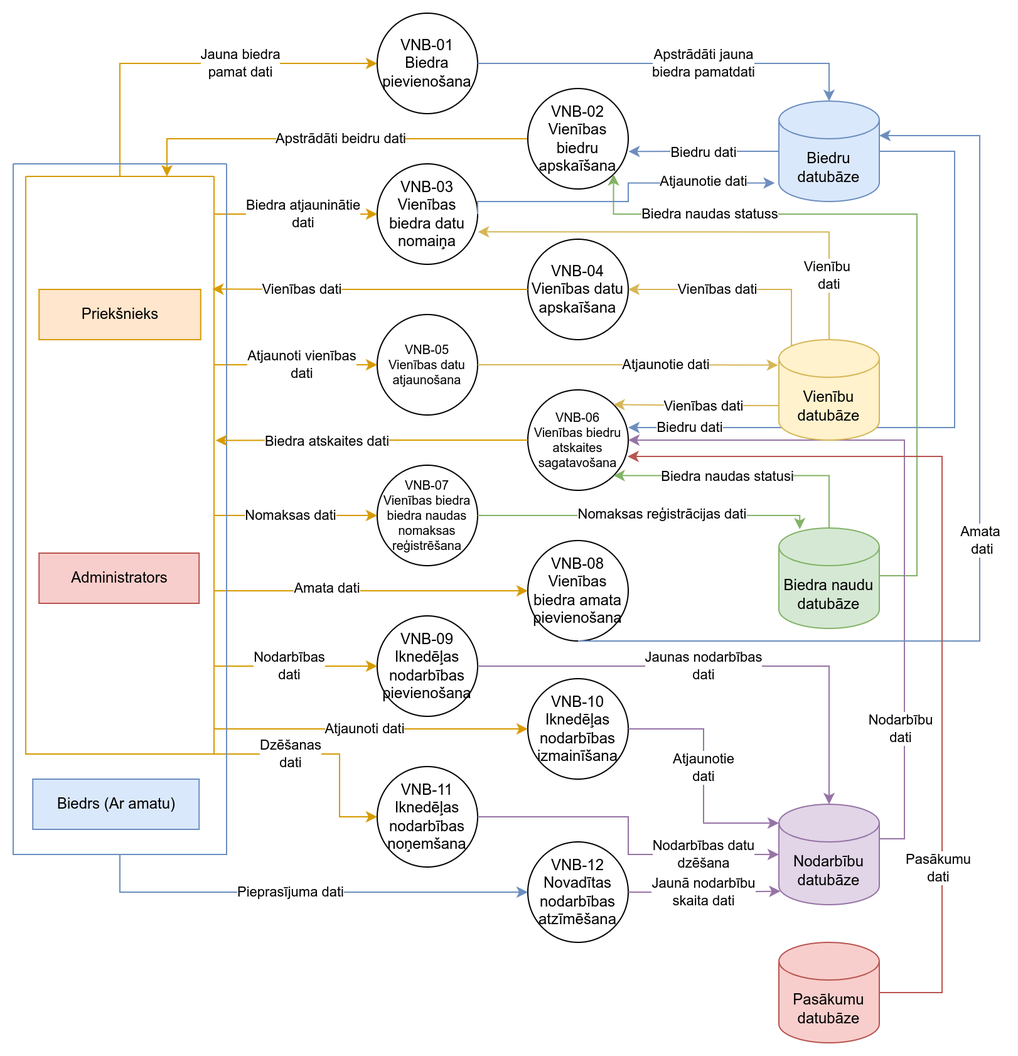
This is Documentation/2_limena_VNB_DPD.png from JekabsVanags/LSGCO_IS, a draw.io export, as it was before one commit. Source tidied: cells renumbered, new cells last; positions are measured from the earlier drawing's top-left corner, leaving out a move shared by most shapes.
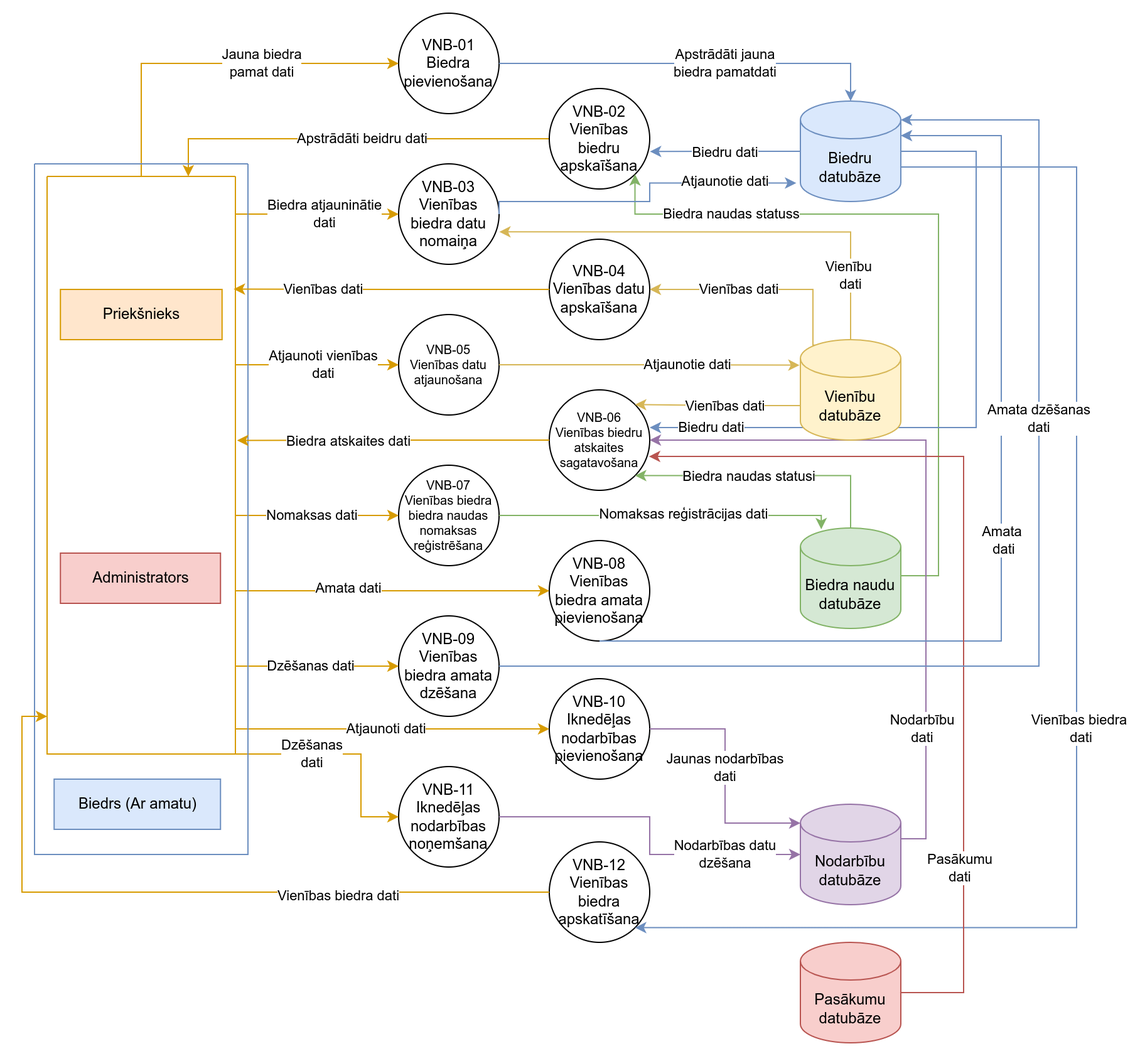
The same diagram one commit later.

Diff of the diagram source:
```diff
@@ -14,7 +14,7 @@
     <mxCell id="5" value="VNB-07&lt;br style=&quot;font-size: 10px;&quot;&gt;Vienības biedra biedra naudas nomaksas reģistrēšana" style="ellipse;whiteSpace=wrap;html=1;fontSize=10;" parent="1" vertex="1">
       <mxGeometry x="290" y="360" width="80" height="80" as="geometry" />
     </mxCell>
-    <mxCell id="6" value="VNB-09&lt;br&gt;Iknedēļas nodarbības pievienošana" style="ellipse;whiteSpace=wrap;html=1;" parent="1" vertex="1">
+    <mxCell id="6" value="VNB-09&lt;br&gt;Vienības biedra amata dzēšana" style="ellipse;whiteSpace=wrap;html=1;" parent="1" vertex="1">
       <mxGeometry x="290" y="480" width="80" height="80" as="geometry" />
     </mxCell>
     <mxCell id="7" value="VNB-11&lt;br&gt;Iknedēļas nodarbības noņemšana" style="ellipse;whiteSpace=wrap;html=1;" parent="1" vertex="1">
@@ -40,12 +40,25 @@
     <mxCell id="13" value="VNB-08&lt;br&gt;Vienības biedra amata pievienošana" style="ellipse;whiteSpace=wrap;html=1;" parent="1" vertex="1">
       <mxGeometry x="410" y="420" width="80" height="80" as="geometry" />
     </mxCell>
-    <mxCell id="14" value="VNB-10&lt;br&gt;Iknedēļas nodarbības izmainīšana" style="ellipse;whiteSpace=wrap;html=1;" parent="1" vertex="1">
+    <mxCell id="14" value="VNB-10&lt;br&gt;Iknedēļas nodarbības pievienošana" style="ellipse;whiteSpace=wrap;html=1;" parent="1" vertex="1">
       <mxGeometry x="410" y="530" width="80" height="80" as="geometry" />
     </mxCell>
-    <mxCell id="15" value="VNB-12&lt;br&gt;Novadītas nodarbības atzīmēšana" style="ellipse;whiteSpace=wrap;html=1;" parent="1" vertex="1">
+    <mxCell id="15" value="VNB-12&lt;br&gt;&lt;span style=&quot;background-color: initial;&quot;&gt;Vienības biedra apskatīšana&lt;/span&gt;" style="ellipse;whiteSpace=wrap;html=1;" parent="1" vertex="1">
       <mxGeometry x="410" y="660" width="80" height="80" as="geometry" />
     </mxCell>
+    <mxCell id="84" style="edgeStyle=orthogonalEdgeStyle;rounded=0;jettySize=auto;html=1;exitX=1;exitY=0;exitDx=0;exitDy=52.5;exitPerimeter=0;entryX=1;entryY=1;entryDx=0;entryDy=0;fillColor=#dae8fc;strokeColor=#6c8ebf;" parent="1" edge="1" source="16" target="15">
+      <mxGeometry relative="1" as="geometry">
+        <Array as="points">
+          <mxPoint x="830" y="122" />
+          <mxPoint x="830" y="728" />
+        </Array>
+      </mxGeometry>
+    </mxCell>
+    <mxCell id="85" value="Vienības biedra&lt;br&gt;&amp;nbsp;dati" style="edgeLabel;html=1;align=center;verticalAlign=middle;" parent="84" vertex="1">
+      <mxGeometry x="-0.63" y="2" relative="1" as="geometry">
+        <mxPoint y="385" as="offset" />
+      </mxGeometry>
+    </mxCell>
     <mxCell id="16" value="Biedru datubāze" style="shape=cylinder3;whiteSpace=wrap;html=1;boundedLbl=1;backgroundOutline=1;size=15;fillColor=#dae8fc;strokeColor=#6c8ebf;fontColor=#000000;" parent="1" vertex="1">
       <mxGeometry x="610" y="70" width="80" height="80" as="geometry" />
     </mxCell>
@@ -153,7 +166,7 @@
         </Array>
       </mxGeometry>
     </mxCell>
-    <mxCell id="36" value="Nodarbības&lt;br&gt;dati" style="edgeLabel;html=1;align=center;verticalAlign=middle;" parent="35" vertex="1">
+    <mxCell id="36" value="Dzēšanas dati" style="edgeLabel;html=1;align=center;verticalAlign=middle;" parent="35" vertex="1">
       <mxGeometry x="-0.12" relative="1" as="geometry">
         <mxPoint x="27" as="offset" />
       </mxGeometry>
@@ -207,14 +220,6 @@
     <mxCell id="45" style="swimlane;startSize=0;fillColor=#ffe6cc;strokeColor=#d79b00;" parent="1" vertex="1">
       <mxGeometry x="10" y="130" width="150" height="460" as="geometry" />
     </mxCell>
-    <mxCell id="46" style="edgeStyle=orthogonalEdgeStyle;rounded=0;jettySize=auto;html=1;exitX=0.5;exitY=1;exitDx=0;exitDy=0;entryX=0;entryY=0.5;entryDx=0;entryDy=0;fillColor=#dae8fc;strokeColor=#6c8ebf;" parent="1" edge="1" source="48" target="15">
-      <mxGeometry relative="1" as="geometry" />
-    </mxCell>
-    <mxCell id="47" value="Pieprasījuma dati" style="edgeLabel;html=1;align=center;verticalAlign=middle;" parent="46" vertex="1">
-      <mxGeometry x="0.12" y="-1" relative="1" as="geometry">
-        <mxPoint x="-34" y="-1" as="offset" />
-      </mxGeometry>
-    </mxCell>
     <mxCell id="48" style="swimlane;startSize=0;fillColor=#dae8fc;strokeColor=#6c8ebf;" parent="1" vertex="1">
       <mxGeometry y="120" width="170" height="550" as="geometry" />
     </mxCell>
@@ -235,14 +240,6 @@
         <mxPoint x="55" as="offset" />
       </mxGeometry>
     </mxCell>
-    <mxCell id="54" style="edgeStyle=orthogonalEdgeStyle;rounded=0;jettySize=auto;html=1;exitX=1;exitY=0.5;exitDx=0;exitDy=0;entryX=0.016;entryY=0.866;entryDx=0;entryDy=0;entryPerimeter=0;fillColor=#e1d5e7;strokeColor=#9673a6;" parent="1" edge="1" source="15" target="28">
-      <mxGeometry relative="1" as="geometry" />
-    </mxCell>
-    <mxCell id="55" value="Jaunā nodarbību&lt;br&gt;skaita dati" style="edgeLabel;html=1;align=center;verticalAlign=middle;" parent="54" vertex="1">
-      <mxGeometry x="-0.52" y="-3" relative="1" as="geometry">
-        <mxPoint x="31" y="-3" as="offset" />
-      </mxGeometry>
-    </mxCell>
     <mxCell id="56" style="edgeStyle=orthogonalEdgeStyle;rounded=0;jettySize=auto;html=1;exitX=1;exitY=0.5;exitDx=0;exitDy=0;entryX=0;entryY=0.5;entryDx=0;entryDy=0;entryPerimeter=0;fillColor=#e1d5e7;strokeColor=#9673a6;" parent="1" edge="1" source="7" target="28">
       <mxGeometry relative="1" as="geometry" />
     </mxCell>
@@ -254,23 +251,11 @@
     <mxCell id="58" style="edgeStyle=orthogonalEdgeStyle;rounded=0;jettySize=auto;html=1;exitX=1;exitY=0.5;exitDx=0;exitDy=0;entryX=0;entryY=0;entryDx=0;entryDy=15;entryPerimeter=0;fillColor=#e1d5e7;strokeColor=#9673a6;" parent="1" edge="1" source="14" target="28">
       <mxGeometry relative="1" as="geometry" />
     </mxCell>
-    <mxCell id="59" value="Atjaunotie&lt;br&gt;dati" style="edgeLabel;html=1;align=center;verticalAlign=middle;" parent="58" vertex="1">
+    <mxCell id="59" value="Jaunas nodarbības&lt;br&gt;dati" style="edgeLabel;html=1;align=center;verticalAlign=middle;" parent="58" vertex="1">
       <mxGeometry x="-0.12" relative="1" as="geometry">
         <mxPoint y="4" as="offset" />
       </mxGeometry>
     </mxCell>
-    <mxCell id="60" style="edgeStyle=orthogonalEdgeStyle;rounded=0;jettySize=auto;html=1;exitX=1;exitY=0.5;exitDx=0;exitDy=0;entryX=0.5;entryY=0;entryDx=0;entryDy=0;entryPerimeter=0;fillColor=#e1d5e7;strokeColor=#9673a6;" parent="1" edge="1" source="6" target="28">
-      <mxGeometry relative="1" as="geometry">
-        <Array as="points">
-          <mxPoint x="650" y="520" />
-        </Array>
-      </mxGeometry>
-    </mxCell>
-    <mxCell id="61" value="Jaunas nodarbības&lt;br&gt;dati" style="edgeLabel;html=1;align=center;verticalAlign=middle;" parent="60" vertex="1">
-      <mxGeometry x="-0.21" relative="1" as="geometry">
-        <mxPoint x="26" as="offset" />
-      </mxGeometry>
-    </mxCell>
     <mxCell id="62" style="edgeStyle=orthogonalEdgeStyle;rounded=0;jettySize=auto;html=1;exitX=0;exitY=0.5;exitDx=0;exitDy=0;exitPerimeter=0;entryX=1.002;entryY=0.627;entryDx=0;entryDy=0;entryPerimeter=0;fillColor=#dae8fc;strokeColor=#6c8ebf;" parent="1" edge="1" source="16" target="10">
       <mxGeometry relative="1" as="geometry" />
     </mxCell>
@@ -377,5 +362,29 @@
         <mxPoint y="18" as="offset" />
       </mxGeometry>
     </mxCell>
+    <mxCell id="86" style="edgeStyle=orthogonalEdgeStyle;rounded=0;jettySize=auto;html=1;exitX=1;exitY=0.5;exitDx=0;exitDy=0;entryX=1;entryY=0;entryDx=0;entryDy=15;entryPerimeter=0;fillColor=#dae8fc;strokeColor=#6c8ebf;" parent="1" edge="1" source="6" target="16">
+      <mxGeometry relative="1" as="geometry">
+        <Array as="points">
+          <mxPoint x="800" y="520" />
+          <mxPoint x="800" y="85" />
+        </Array>
+      </mxGeometry>
+    </mxCell>
+    <mxCell id="87" value="Amata dzēšanas &lt;br&gt;dati" style="edgeLabel;html=1;align=center;verticalAlign=middle;" parent="86" vertex="1">
+      <mxGeometry x="0.29" relative="1" as="geometry" />
+    </mxCell>
+    <mxCell id="88" style="edgeStyle=orthogonalEdgeStyle;rounded=0;jettySize=auto;html=1;exitX=0;exitY=0.5;exitDx=0;exitDy=0;fillColor=#ffe6cc;strokeColor=#d79b00;" parent="1" edge="1" source="15">
+      <mxGeometry relative="1" as="geometry">
+        <mxPoint x="10" y="560" as="targetPoint" />
+        <Array as="points">
+          <mxPoint x="-10" y="700" />
+          <mxPoint x="-10" y="560" />
+          <mxPoint x="10" y="560" />
+        </Array>
+      </mxGeometry>
+    </mxCell>
+    <mxCell id="89" value="Vienības biedra dati" style="edgeLabel;html=1;align=center;verticalAlign=middle;" parent="88" vertex="1">
+      <mxGeometry x="-0.42" y="3" relative="1" as="geometry" />
+    </mxCell>
   </root>
 </mxGraphModel>
```
